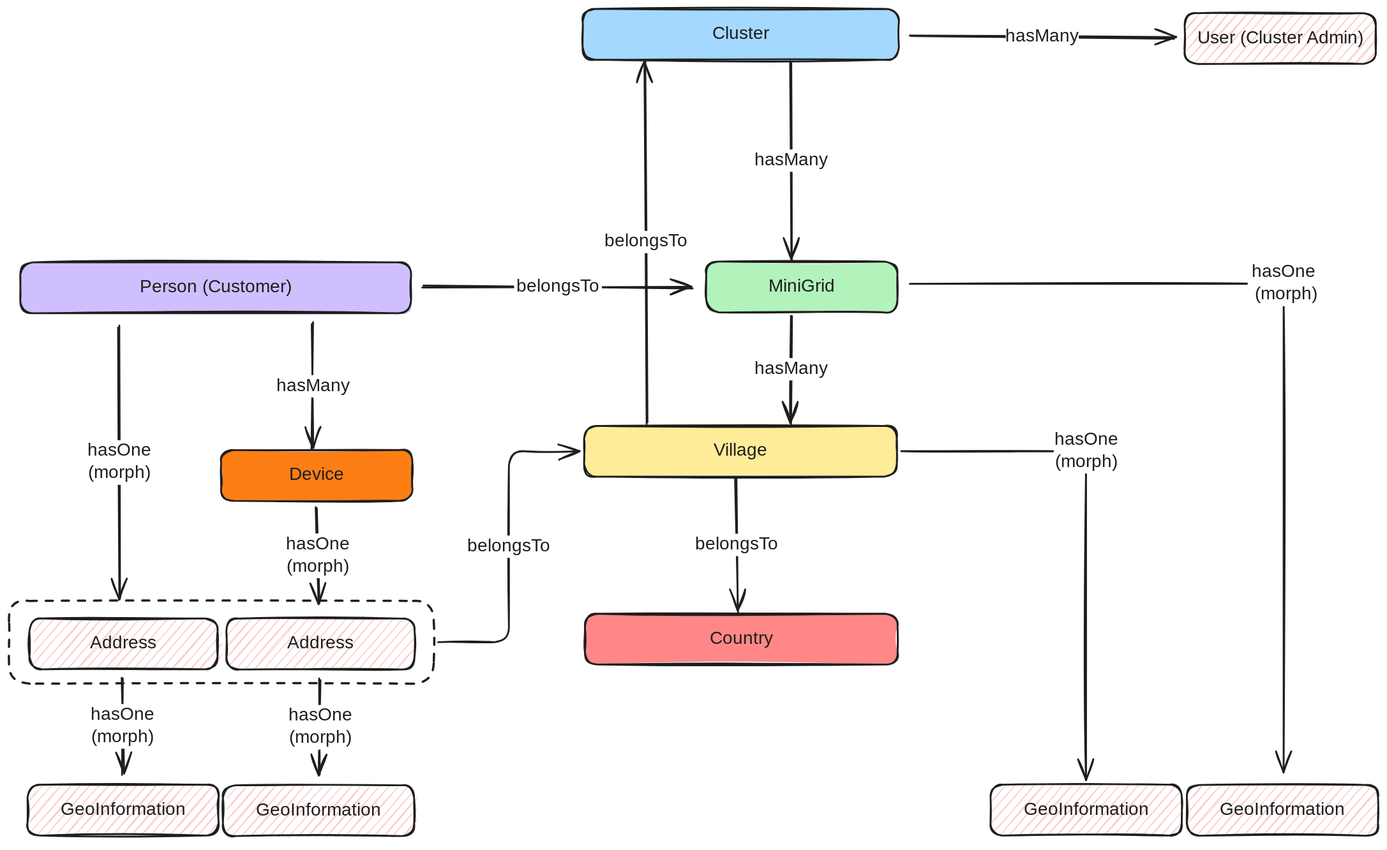
The Excalidraw diagram docs/development/images/cluster_minigrid_village.excalidraw.svg in EnAccess/micropowermanager, before a commit. Source tidied: one line per element, renumbered; positions are measured from the earlier drawing's top-left corner, leaving out a move shared by most shapes.
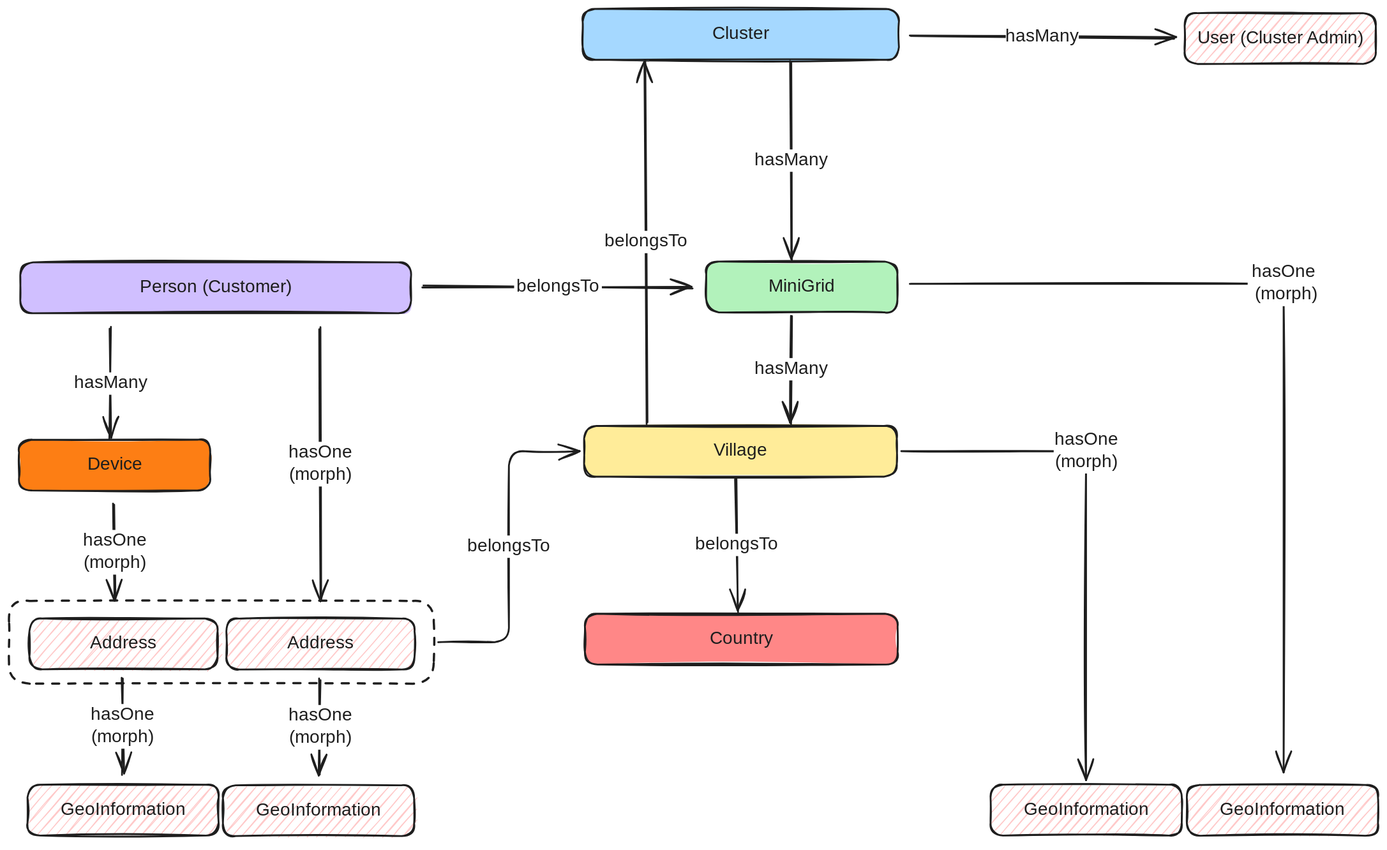
After the change.

Commit message:
Switch for better view

What changed in the source:
```diff
@@ -20,9 +20,9 @@
 {"id": 19, "type": "text", "text": "belongsTo", "strokeColor": "#1e1e1e", "strokeWidth": 2, "roughness": 1, "fontSize": 20, "fontFamily": 5, "textAlign": "center", "verticalAlign": "middle", "inside": 18, "x": 765, "y": 587, "width": 98, "height": 25}
 {"id": 20, "type": "rectangle", "strokeColor": "#1e1e1e", "backgroundColor": "#d0bfff", "fillStyle": "solid", "strokeWidth": 2, "roughness": 1, "round": true, "x": 13, "y": 284, "width": 437, "height": 57}
 {"id": 21, "type": "text", "text": "Person (Customer)", "strokeColor": "#1e1e1e", "strokeWidth": 2, "roughness": 1, "fontSize": 20, "fontFamily": 5, "textAlign": "center", "verticalAlign": "middle", "inside": 20, "x": 142, "y": 300, "width": 179, "height": 25}
-{"id": 22, "type": "rectangle", "strokeColor": "#1e1e1e", "backgroundColor": "#fd7e14", "fillStyle": "solid", "strokeWidth": 2, "roughness": 1, "round": true, "x": 237, "y": 494, "width": 214, "height": 57}
+{"id": 22, "type": "rectangle", "strokeColor": "#1e1e1e", "backgroundColor": "#fd7e14", "fillStyle": "solid", "strokeWidth": 2, "roughness": 1, "round": true, "x": 11, "y": 482, "width": 214, "height": 57}
-{"id": 23, "type": "text", "text": "Device", "strokeColor": "#1e1e1e", "strokeWidth": 2, "roughness": 1, "fontSize": 20, "fontFamily": 5, "textAlign": "center", "verticalAlign": "middle", "inside": 22, "x": 313, "y": 510, "width": 63, "height": 25}
+{"id": 23, "type": "text", "text": "Device", "strokeColor": "#1e1e1e", "strokeWidth": 2, "roughness": 1, "fontSize": 20, "fontFamily": 5, "textAlign": "center", "verticalAlign": "middle", "inside": 22, "x": 87, "y": 498, "width": 63, "height": 25}
-{"id": 24, "type": "arrow", "strokeColor": "#1e1e1e", "strokeWidth": 2, "roughness": 1, "endArrowhead": "arrow", "round": true, "from": 20, "to": 22, "x": 340, "y": 352, "width": 1, "height": 142, "points": [[0, 0], [-1, 142]]}
+{"id": 24, "type": "arrow", "strokeColor": "#1e1e1e", "strokeWidth": 2, "roughness": 1, "endArrowhead": "arrow", "round": true, "to": 22, "x": 114, "y": 357, "width": 1, "height": 125, "points": [[0, 0], [-1, 125]]}
 {"id": 25, "type": "text", "text": "hasMany", "strokeColor": "#1e1e1e", "strokeWidth": 2, "roughness": 1, "fontSize": 20, "fontFamily": 5, "textAlign": "center", "verticalAlign": "middle", "inside": 24, "x": 303, "y": 404, "width": 82, "height": 25}
 {"id": 26, "type": "arrow", "strokeColor": "#1e1e1e", "strokeWidth": 2, "roughness": 1, "endArrowhead": "arrow", "round": true, "from": 20, "to": 2, "x": 463, "y": 310, "width": 302, "height": 2, "points": [[0, 0], [302, 2]]}
 {"id": 27, "type": "text", "text": "belongsTo", "strokeColor": "#1e1e1e", "strokeWidth": 2, "roughness": 1, "fontSize": 20, "fontFamily": 5, "textAlign": "center", "verticalAlign": "middle", "inside": 26, "x": 563, "y": 319, "width": 98, "height": 25}
@@ -32,7 +32,7 @@
 {"id": 31, "type": "text", "text": "Address", "strokeColor": "#1e1e1e", "strokeWidth": 2, "roughness": 1, "fontSize": 20, "fontFamily": 5, "textAlign": "center", "verticalAlign": "middle", "inside": 30, "x": 309, "y": 698, "width": 78, "height": 25}
 {"id": 32, "type": "arrow", "strokeColor": "#1e1e1e", "strokeWidth": 2, "roughness": 1, "endArrowhead": "arrow", "round": true, "x": 876, "y": 343, "width": 0, "height": 121, "points": [[0, 0], [0, 121]]}
 {"id": 33, "type": "text", "text": "hasMany", "strokeColor": "#1e1e1e", "strokeWidth": 2, "roughness": 1, "fontSize": 20, "fontFamily": 5, "textAlign": "center", "verticalAlign": "middle", "inside": 32, "x": 758, "y": 385, "width": 82, "height": 25}
-{"id": 34, "type": "arrow", "strokeColor": "#1e1e1e", "strokeWidth": 2, "roughness": 1, "endArrowhead": "arrow", "round": true, "from": 22, "to": 30, "x": 344, "y": 559, "width": 3, "height": 106, "points": [[0, 0], [3, 106]]}
+{"id": 34, "type": "arrow", "strokeColor": "#1e1e1e", "strokeWidth": 2, "roughness": 1, "endArrowhead": "arrow", "round": true, "from": 22, "to": 48, "x": 117, "y": 555, "width": 2, "height": 106, "points": [[0, 0], [2, 106]]}
 {"id": 35, "type": "text", "text": "hasOne\n(morph)", "strokeColor": "#1e1e1e", "strokeWidth": 2, "roughness": 1, "fontSize": 20, "fontFamily": 5, "textAlign": "center", "verticalAlign": "middle", "inside": 34, "x": 310, "y": 592, "width": 72, "height": 50}
 {"id": 36, "type": "arrow", "strokeColor": "#1e1e1e", "strokeWidth": 2, "roughness": 1, "endArrowhead": "arrow", "round": true, "x": 348, "y": 750, "width": 0, "height": 107, "points": [[0, 0], [0, 107]]}
 {"id": 37, "type": "text", "text": "hasOne\n(morph)", "strokeColor": "#1e1e1e", "strokeWidth": 2, "roughness": 1, "fontSize": 20, "fontFamily": 5, "textAlign": "center", "verticalAlign": "middle", "inside": 36, "x": 312, "y": 779, "width": 72, "height": 50}
@@ -40,7 +40,7 @@
 {"id": 39, "type": "text", "text": "hasOne\n(morph)", "strokeColor": "#1e1e1e", "backgroundColor": "#fd7e14", "fillStyle": "solid", "strokeWidth": 2, "roughness": 1, "fontSize": 20, "fontFamily": 5, "textAlign": "center", "verticalAlign": "middle", "inside": 38, "x": 1114, "y": 389, "width": 72, "height": 50}
 {"id": 40, "type": "rectangle", "strokeColor": "#1e1e1e", "backgroundColor": "#ffc9c9", "fillStyle": "hachure", "strokeWidth": 2, "roughness": 1, "round": true, "x": 23, "y": 682, "width": 211, "height": 57}
 {"id": 41, "type": "text", "text": "Address", "strokeColor": "#1e1e1e", "strokeWidth": 2, "roughness": 1, "fontSize": 20, "fontFamily": 5, "textAlign": "center", "verticalAlign": "middle", "inside": 40, "x": 89, "y": 698, "width": 78, "height": 25}
-{"id": 42, "type": "arrow", "strokeColor": "#1e1e1e", "strokeWidth": 2, "roughness": 1, "endArrowhead": "arrow", "round": true, "from": 20, "to": 40, "x": 123, "y": 355, "width": 1, "height": 305, "points": [[0, 0], [1, 305]]}
+{"id": 42, "type": "arrow", "strokeColor": "#1e1e1e", "strokeWidth": 2, "roughness": 1, "endArrowhead": "arrow", "round": true, "from": 20, "x": 348, "y": 357, "width": 1, "height": 305, "points": [[0, 0], [1, 305]]}
 {"id": 43, "type": "text", "text": "hasOne\n(morph)", "strokeColor": "#1e1e1e", "strokeWidth": 2, "roughness": 1, "fontSize": 20, "fontFamily": 5, "textAlign": "center", "verticalAlign": "middle", "inside": 42, "x": 432, "y": 640, "width": 72, "height": 50}
 {"id": 44, "type": "rectangle", "strokeColor": "#1e1e1e", "backgroundColor": "#ffc9c9", "fillStyle": "hachure", "strokeWidth": 2, "roughness": 1, "round": true, "x": 21, "y": 868, "width": 214, "height": 57}
 {"id": 45, "type": "text", "text": "GeoInformation", "strokeColor": "#1e1e1e", "strokeWidth": 2, "roughness": 1, "fontSize": 20, "fontFamily": 5, "textAlign": "center", "verticalAlign": "middle", "inside": 44, "x": 51, "y": 884, "width": 153, "height": 25}
```
